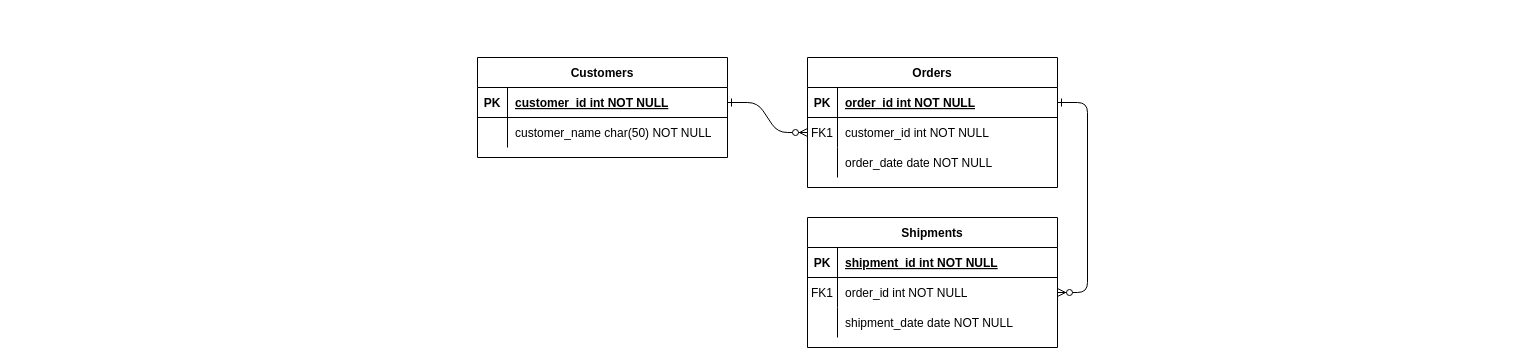
The draw.io diagram Week8.drawio in TheJollyLaMa/DrawIO, before the edit. Source tidied: cells renumbered, new cells numbered last; positions are measured from the earlier drawing's top-left corner, leaving out a move shared by most shapes. Both pictures are drawn from the tidied source at 100%, with x=0, y=0 at pixel (477, 57).
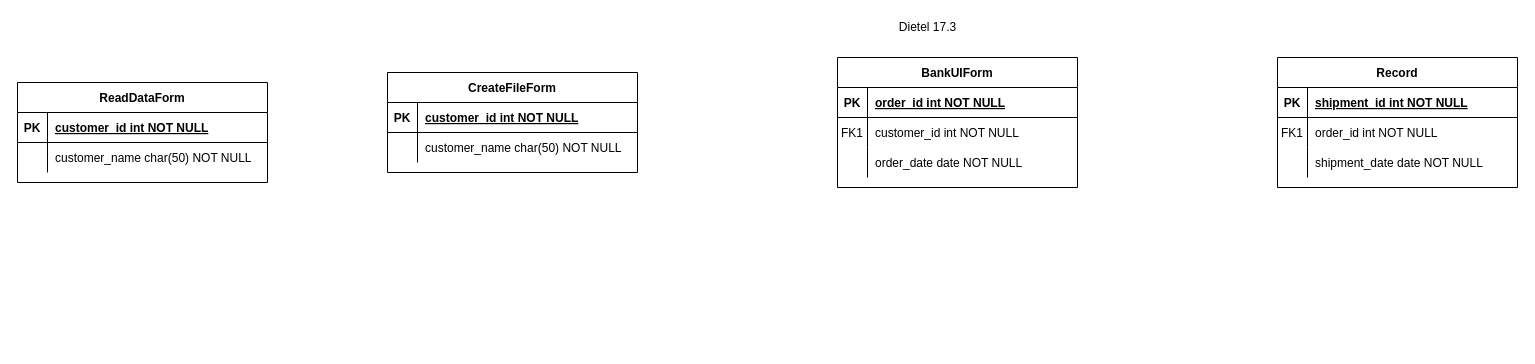
Above is the later version.

The change refers to these unchanged cells:
```xml
<mxCell id="25" style="shape=partialRectangle;fillColor=none;points=[[0,0.5],[1,0.5]];portConstraint=eastwest;top=0;left=0;right=0;bottom=1;" parent="24" vertex="1">
  <mxGeometry y="30" width="250" height="30" as="geometry" />
</mxCell>
```

What changed in the source:
```diff
@@
-    <mxCell id="2" style="edgeStyle=entityRelationEdgeStyle;endArrow=ERzeroToMany;startArrow=ERone;endFill=1;startFill=0;" parent="1" edge="1" source="25" target="8">
-      <mxGeometry relative="1" as="geometry" />
-    </mxCell>
-    <mxCell id="3" style="edgeStyle=entityRelationEdgeStyle;endArrow=ERzeroToMany;startArrow=ERone;endFill=1;startFill=0;" parent="1" edge="1" source="5" target="18">
-      <mxGeometry relative="1" as="geometry" />
-    </mxCell>
-    <mxCell id="4" value="Orders" style="shape=table;startSize=30;childLayout=tableLayout;rowLines=0;fontStyle=1;align=center;" parent="1" vertex="1">
-      <mxGeometry x="330" width="250" height="130" as="geometry" />
+    <mxCell id="4" value="BankUIForm" style="shape=table;startSize=30;childLayout=tableLayout;rowLines=0;fontStyle=1;align=center;" parent="1" vertex="1">
+      <mxGeometry x="360" width="240" height="130" as="geometry" />
     </mxCell>
     <mxCell id="5" style="shape=partialRectangle;fillColor=none;points=[[0,0.5],[1,0.5]];portConstraint=eastwest;top=0;left=0;right=0;bottom=1;" parent="4" vertex="1">
-      <mxGeometry y="30" width="250" height="30" as="geometry" />
+      <mxGeometry y="30" width="240" height="30" as="geometry" />
     </mxCell>
@@
     <mxCell id="7" value="order_id int NOT NULL " style="shape=partialRectangle;overflow=hidden;fillColor=none;top=0;left=0;bottom=0;right=0;align=left;spacingLeft=6;fontStyle=5;" parent="5" vertex="1">
-      <mxGeometry x="30" width="220" height="30" as="geometry" />
+      <mxGeometry x="30" width="210" height="30" as="geometry" />
     </mxCell>
     <mxCell id="8" style="shape=partialRectangle;fillColor=none;points=[[0,0.5],[1,0.5]];portConstraint=eastwest;top=0;left=0;right=0;bottom=0;" parent="4" vertex="1">
-      <mxGeometry y="60" width="250" height="30" as="geometry" />
+      <mxGeometry y="60" width="240" height="30" as="geometry" />
     </mxCell>
@@
     <mxCell id="10" value="customer_id int NOT NULL" style="shape=partialRectangle;overflow=hidden;fillColor=none;top=0;left=0;bottom=0;right=0;align=left;spacingLeft=6;" parent="8" vertex="1">
-      <mxGeometry x="30" width="220" height="30" as="geometry" />
+      <mxGeometry x="30" width="210" height="30" as="geometry" />
     </mxCell>
     <mxCell id="11" style="shape=partialRectangle;fillColor=none;top=0;left=0;right=0;bottom=0;" parent="4" vertex="1">
-      <mxGeometry y="90" width="250" height="30" as="geometry" />
+      <mxGeometry y="90" width="240" height="30" as="geometry" />
     </mxCell>
@@
     <mxCell id="13" value="order_date date NOT NULL" style="shape=partialRectangle;overflow=hidden;fillColor=none;top=0;left=0;bottom=0;right=0;align=left;spacingLeft=6;" parent="11" vertex="1">
-      <mxGeometry x="30" width="220" height="30" as="geometry" />
+      <mxGeometry x="30" width="210" height="30" as="geometry" />
     </mxCell>
-    <mxCell id="14" value="Shipments" style="shape=table;startSize=30;childLayout=tableLayout;rowLines=0;fontStyle=1;align=center;" parent="1" vertex="1">
-      <mxGeometry x="330" y="160" width="250" height="130" as="geometry" />
+    <mxCell id="14" value="Record" style="shape=table;startSize=30;childLayout=tableLayout;rowLines=0;fontStyle=1;align=center;" parent="1" vertex="1">
+      <mxGeometry x="800" width="240" height="130" as="geometry" />
     </mxCell>
     <mxCell id="15" style="shape=partialRectangle;fillColor=none;top=0;left=0;right=0;bottom=1;" parent="14" vertex="1">
-      <mxGeometry y="30" width="250" height="30" as="geometry" />
+      <mxGeometry y="30" width="240" height="30" as="geometry" />
     </mxCell>
@@
     <mxCell id="17" value="shipment_id int NOT NULL " style="shape=partialRectangle;overflow=hidden;fillColor=none;top=0;left=0;bottom=0;right=0;align=left;spacingLeft=6;fontStyle=5;" parent="15" vertex="1">
-      <mxGeometry x="30" width="220" height="30" as="geometry" />
+      <mxGeometry x="30" width="210" height="30" as="geometry" />
     </mxCell>
     <mxCell id="18" style="shape=partialRectangle;fillColor=none;points=[[0,0.5],[1,0.5]];portConstraint=eastwest;top=0;left=0;right=0;bottom=0;" parent="14" vertex="1">
-      <mxGeometry y="60" width="250" height="30" as="geometry" />
+      <mxGeometry y="60" width="240" height="30" as="geometry" />
     </mxCell>
@@
     <mxCell id="20" value="order_id int NOT NULL" style="shape=partialRectangle;overflow=hidden;fillColor=none;top=0;left=0;bottom=0;right=0;align=left;spacingLeft=6;" parent="18" vertex="1">
-      <mxGeometry x="30" width="220" height="30" as="geometry" />
+      <mxGeometry x="30" width="210" height="30" as="geometry" />
     </mxCell>
     <mxCell id="21" style="shape=partialRectangle;fillColor=none;top=0;left=0;right=0;bottom=0;" parent="14" vertex="1">
-      <mxGeometry y="90" width="250" height="30" as="geometry" />
+      <mxGeometry y="90" width="240" height="30" as="geometry" />
     </mxCell>
@@
     <mxCell id="23" value="shipment_date date NOT NULL" style="shape=partialRectangle;overflow=hidden;fillColor=none;top=0;left=0;bottom=0;right=0;align=left;spacingLeft=6;" parent="21" vertex="1">
-      <mxGeometry x="30" width="220" height="30" as="geometry" />
+      <mxGeometry x="30" width="210" height="30" as="geometry" />
     </mxCell>
-    <mxCell id="24" value="Customers" style="shape=table;startSize=30;childLayout=tableLayout;rowLines=0;fontStyle=1;align=center;" parent="1" vertex="1">
-      <mxGeometry width="250" height="100" as="geometry" />
+    <mxCell id="24" value="CreateFileForm" style="shape=table;startSize=30;childLayout=tableLayout;rowLines=0;fontStyle=1;align=center;" parent="1" vertex="1">
+      <mxGeometry x="-90" y="15" width="250" height="100" as="geometry" />
     </mxCell>
@@
+    <mxCell id="31" value="Dietel 17.3" style="text;html=1;align=center;verticalAlign=middle;strokeColor=none;fillColor=none;" parent="1" vertex="1">
+      <mxGeometry x="415" y="-40" width="70" height="20" as="geometry" />
+    </mxCell>
+    <mxCell id="32" value="ReadDataForm" style="shape=table;startSize=30;childLayout=tableLayout;rowLines=0;fontStyle=1;align=center;" parent="1" vertex="1">
+      <mxGeometry x="-460" y="25" width="250" height="100" as="geometry" />
+    </mxCell>
+    <mxCell id="33" style="shape=partialRectangle;fillColor=none;top=0;left=0;right=0;bottom=1;" parent="32" vertex="1">
+      <mxGeometry y="30" width="250" height="30" as="geometry" />
+    </mxCell>
+    <mxCell id="34" value="PK" style="shape=partialRectangle;overflow=hidden;fillColor=none;top=0;left=0;bottom=0;right=0;fontStyle=1;" parent="33" vertex="1">
+      <mxGeometry width="30" height="30" as="geometry" />
+    </mxCell>
+    <mxCell id="35" value="customer_id int NOT NULL " style="shape=partialRectangle;overflow=hidden;fillColor=none;top=0;left=0;bottom=0;right=0;align=left;spacingLeft=6;fontStyle=5;" parent="33" vertex="1">
+      <mxGeometry x="30" width="220" height="30" as="geometry" />
+    </mxCell>
+    <mxCell id="36" style="shape=partialRectangle;fillColor=none;top=0;left=0;right=0;bottom=0;" parent="32" vertex="1">
+      <mxGeometry y="60" width="250" height="30" as="geometry" />
+    </mxCell>
+    <mxCell id="37" style="shape=partialRectangle;overflow=hidden;fillColor=none;top=0;left=0;bottom=0;right=0;" parent="36" vertex="1">
+      <mxGeometry width="30" height="30" as="geometry" />
+    </mxCell>
+    <mxCell id="38" value="customer_name char(50) NOT NULL" style="shape=partialRectangle;overflow=hidden;fillColor=none;top=0;left=0;bottom=0;right=0;align=left;spacingLeft=6;" parent="36" vertex="1">
+      <mxGeometry x="30" width="220" height="30" as="geometry" />
+    </mxCell>
```
